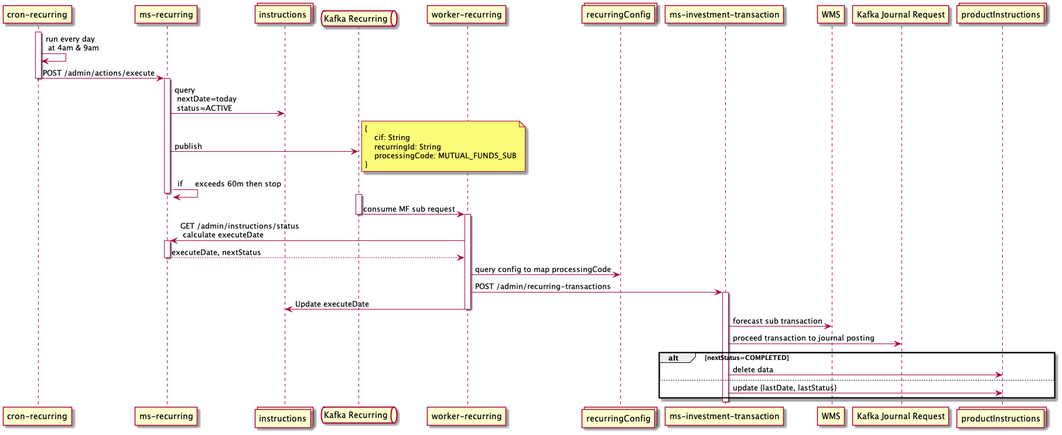
The PlantUML diagram out/cronRecurring/mutual funds cron recurring.png in iksena/jenius-uml, before a commit.
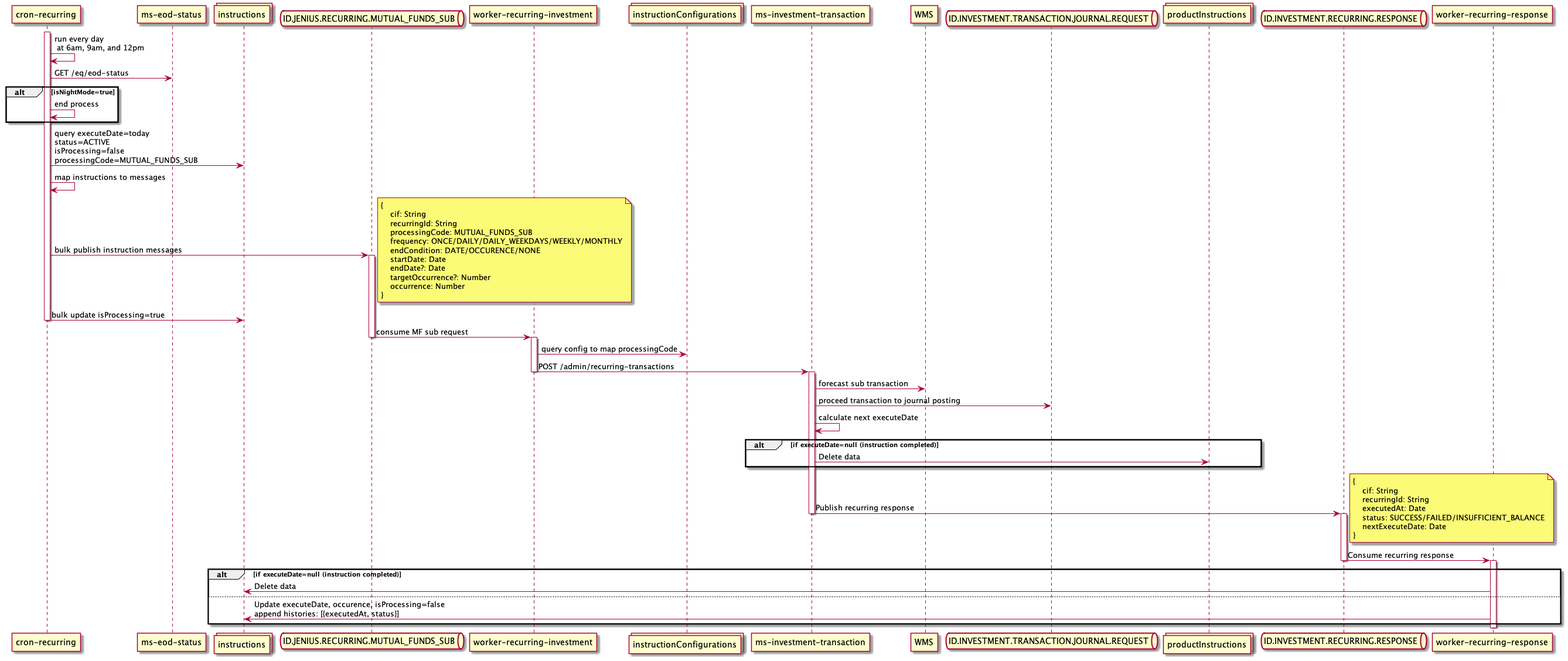
After the commit.

The edit, as a diff of the source:
```diff
@@ -1,52 +1,76 @@
 @startuml mutual funds cron recurring
 
 participant "cron-recurring" as cron
-participant "ms-recurring" as mr
-collections "instructions" as instructions
-queue "Kafka Recurring" as kafkaRec
-participant "worker-recurring" as wiRec
-collections "recurringConfig" as configs
+participant "ms-eod-status" as eod
+collections "instructions" as instr
+queue "ID.JENIUS.RECURRING.MUTUAL_FUNDS_SUB" as kafkaRec
+participant "worker-recurring-investment" as wri
+collections "instructionConfigurations" as configs
 participant "ms-investment-transaction" as mit
 participant "WMS" as wms
-participant "Kafka Journal Request" as kafkaJournal
+queue "ID.INVESTMENT.TRANSACTION.JOURNAL.REQUEST" as kafkaJournal
 collections "productInstructions" as recSubs
+queue "ID.INVESTMENT.RECURRING.RESPONSE" as kafkaRecRes
+participant "worker-recurring-response" as wrr
 
 activate cron
-cron -> cron: run every day\n at 4am & 9am
-cron -> mr: POST /admin/actions/execute
-deactivate cron
-activate mr
-mr -> instructions: query\n nextDate=today\n status=ACTIVE
-mr -> kafkaRec: publish
+cron -> cron: run every day\n at 6am, 9am, and 12pm
+cron -> eod: GET /eq/eod-status
+alt isNightMode=true
+cron -> cron: end process
+end
+cron -> instr: query executeDate=today\nstatus=ACTIVE\nisProcessing=false\nprocessingCode=MUTUAL_FUNDS_SUB
+cron -> cron: map instructions to messages
+cron -> kafkaRec: bulk publish instruction messages
 note right
 {
     cif: String
     recurringId: String
     processingCode: MUTUAL_FUNDS_SUB
+    frequency: ONCE/DAILY/DAILY_WEEKDAYS/WEEKLY/MONTHLY
+    endCondition: DATE/OCCURENCE/NONE
+    startDate: Date
+    endDate?: Date
+    targetOccurrence?: Number
+    occurrence: Number
 }
 end note
-mr -> mr: if ⏱ exceeds 60m then stop
-deactivate mr
 activate kafkaRec
-kafkaRec -> wiRec: consume MF sub request
+cron -> instr: bulk update isProcessing=true
+deactivate cron
+kafkaRec -> wri: consume MF sub request
 deactivate kafkaRec
-activate wiRec
-wiRec -> mr: GET /admin/instructions/status\n calculate executeDate
-activate mr
-mr --> wiRec: executeDate, nextStatus
-deactivate mr
-wiRec -> configs: query config to map processingCode
-wiRec -> mit: POST /admin/recurring-transactions
+activate wri
+wri -> configs: query config to map processingCode
+wri -> mit: POST /admin/recurring-transactions
+deactivate wri
 activate mit
-wiRec -> instructions: Update executeDate
-deactivate wiRec
 mit -> wms: forecast sub transaction
 mit -> kafkaJournal: proceed transaction to journal posting
-alt nextStatus=COMPLETED
-mit -> recSubs: delete data
+mit -> mit: calculate next executeDate
+alt if executeDate=null (instruction completed)
+mit -> recSubs: Delete data
+end
+mit -> kafkaRecRes: Publish recurring response
+note right
+{
+    cif: String
+    recurringId: String
+    executedAt: Date
+    status: SUCCESS/FAILED/INSUFFICIENT_BALANCE
+    nextExecuteDate: Date
+}
+end note
+deactivate mit
+activate kafkaRecRes
+kafkaRecRes -> wrr: Consume recurring response
+deactivate kafkaRecRes
+activate wrr
+alt if executeDate=null (instruction completed)
+wrr -> instr: Delete data
 else
-mit -> recSubs: update {lastDate, lastStatus}
+wrr -> instr: Update executeDate, occurence, isProcessing=false\nappend histories: [{executedAt, status}]
 end
-deactivate mit
+deactivate wrr
 
 @enduml
```
